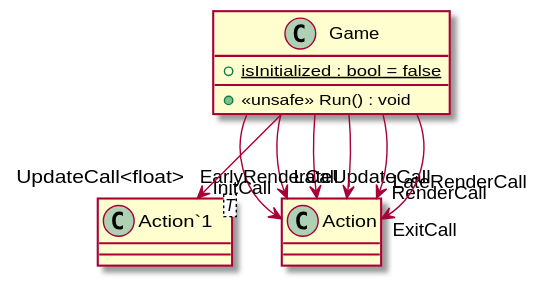
The PlantUML diagram UML/Core/Game.svg in Zaephus/GraphicsProgramming, before a commit.
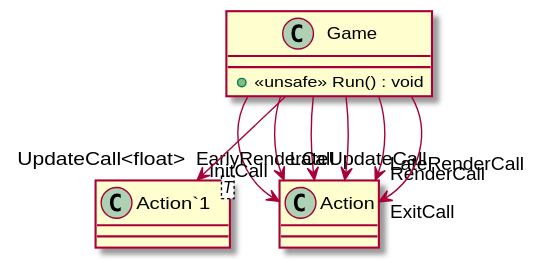
The same file after the commit.

Diff of the diagram source:
```diff
@@ -1,6 +1,5 @@
 @startuml
 class Game {
-    + {static} isInitialized : bool = false
     + <<unsafe>> Run() : void
 }
 class "Action`1"<T> {
```
